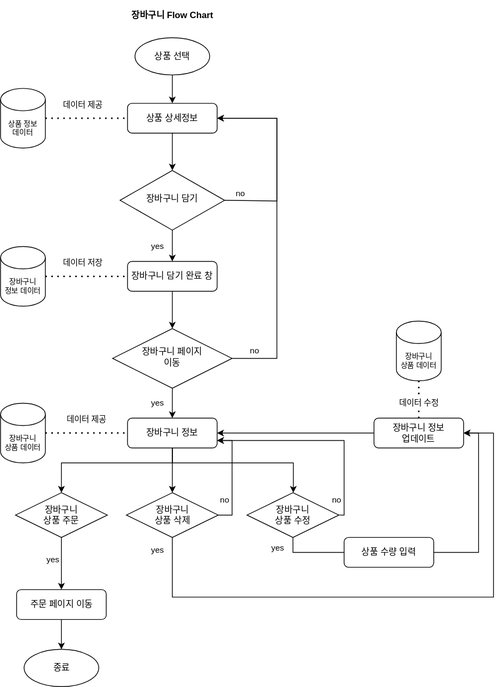
Above: public/mall-flow-chart.drawio.svg in djLee77/web3-front (draw.io), before the change. Source tidied: cells renumbered, new cells last; positions are measured from the earlier drawing's top-left corner, leaving out a move shared by most shapes.
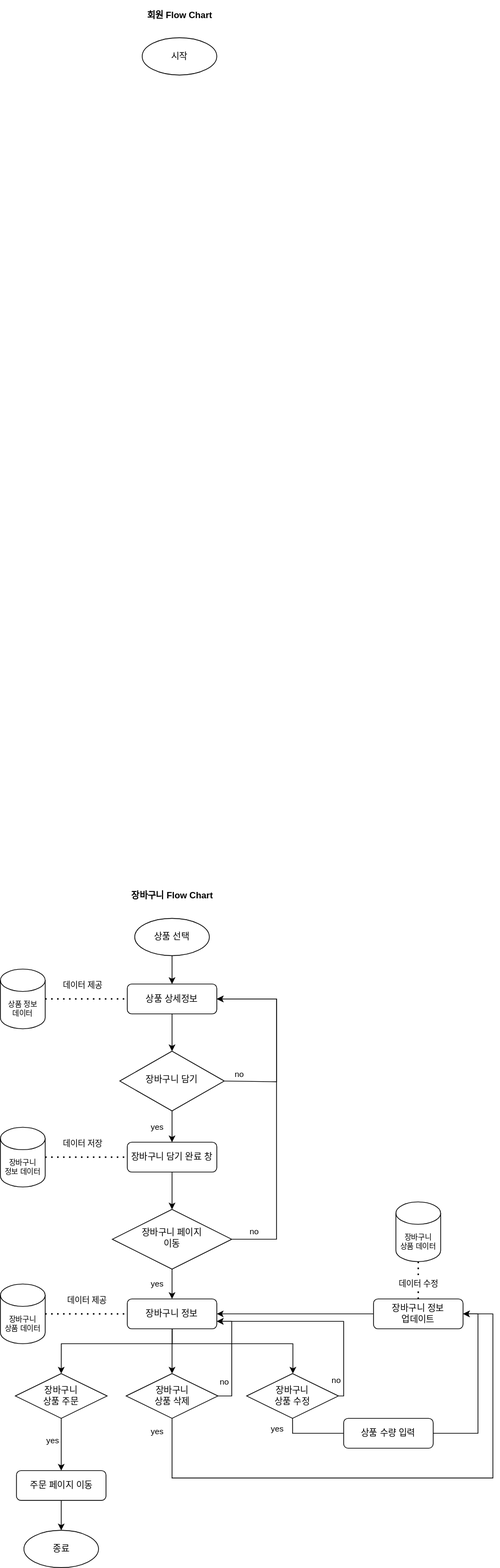
After the commit.

Commit message:
회원 플로우차트 구현 중

What changed in the source:
```diff
@@ -159,5 +159,11 @@
     <mxCell id="40" value="데이터 수정" style="endArrow=none;dashed=1;html=1;dashPattern=1 3;strokeWidth=2;rounded=0;exitX=0.5;exitY=1;exitDx=0;exitDy=0;exitPerimeter=0;entryX=0.5;entryY=0;entryDx=0;entryDy=0;" parent="1" edge="1" source="39" target="36">
       <mxGeometry x="0.2" relative="1" as="geometry" />
     </mxCell>
+    <mxCell id="41" value="회원 Flow Chart" style="text;strokeColor=none;fillColor=none;html=1;fontSize=12;fontStyle=1;verticalAlign=middle;align=center;" parent="1" vertex="1">
+      <mxGeometry x="190" y="-1180" width="100" height="40" as="geometry" />
+    </mxCell>
+    <mxCell id="42" value="시작" style="ellipse;whiteSpace=wrap;html=1;" parent="1" vertex="1">
+      <mxGeometry x="190" y="-1130" width="100" height="50" as="geometry" />
+    </mxCell>
   </root>
 </mxGraphModel>
```
